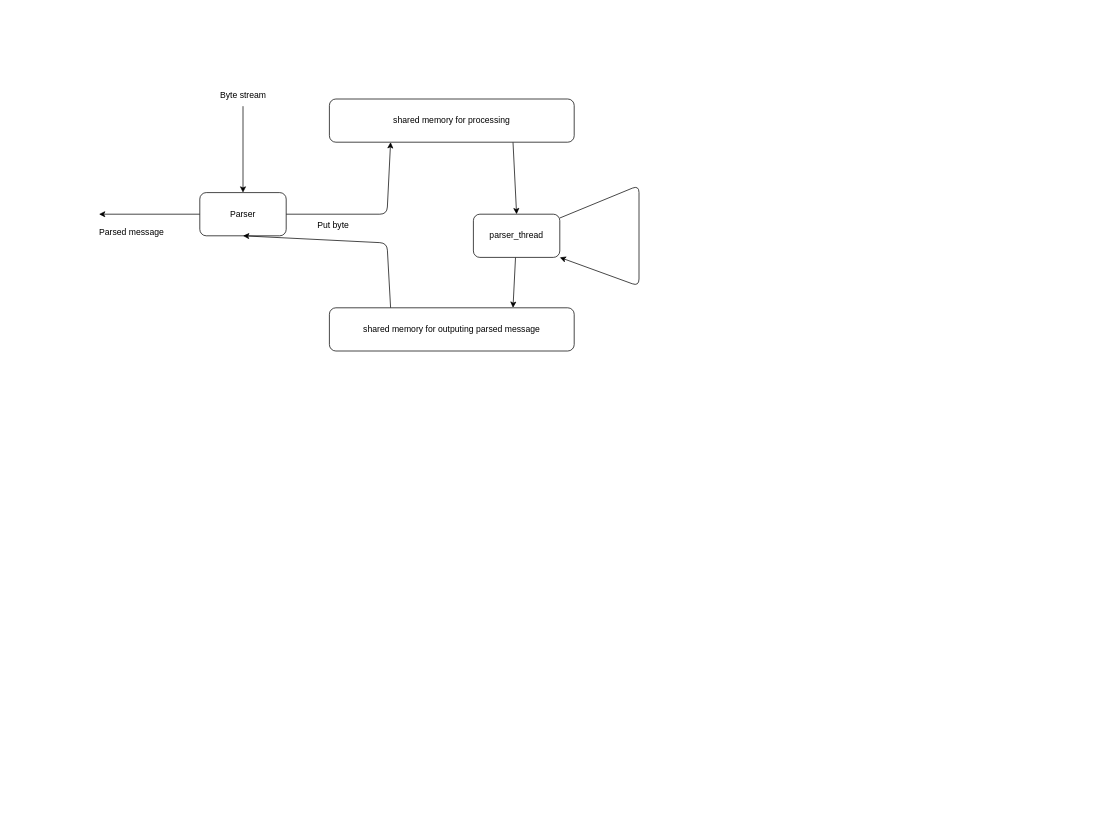
GalBrandwine/GDL90_c_parser keeps this draw.io diagram as page "Page-1" (1 of 2) of doc/design.drawio. Above is the earlier version. Source tidied: cells renumbered, new cells numbered last; positions are measured from the earlier drawing's top-left corner, leaving out a move shared by most shapes. Both pictures are drawn from the tidied source at 72%, with x=0, y=0 at pixel (91, 84).
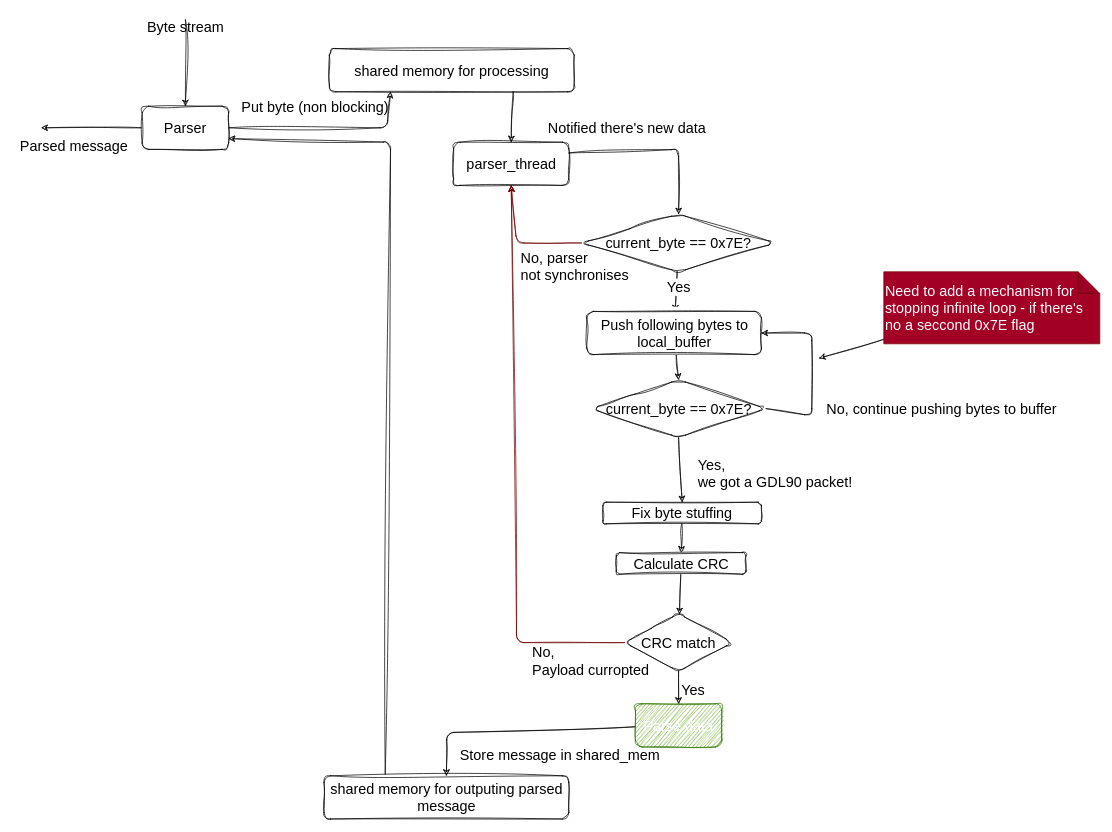
After the change.

The edit, as a diff of the source:
```diff
@@
-    <mxCell id="2" style="edgeStyle=none;html=1;exitX=0.75;exitY=1;exitDx=0;exitDy=0;entryX=0.5;entryY=0;entryDx=0;entryDy=0;" parent="1" edge="1" source="3" target="9">
+    <mxCell id="2" style="edgeStyle=none;html=1;exitX=0.75;exitY=1;exitDx=0;exitDy=0;entryX=0.5;entryY=0;entryDx=0;entryDy=0;shadow=0;sketch=1;curveFitting=1;jiggle=2;fontSize=20;" parent="1" edge="1" source="3" target="9">
       <mxGeometry relative="1" as="geometry" />
     </mxCell>
-    <mxCell id="3" value="shared memory for processing" style="rounded=1;whiteSpace=wrap;html=1;" parent="1" vertex="1">
-      <mxGeometry x="330" y="20" width="340" height="60" as="geometry" />
+    <mxCell id="3" value="shared memory for processing" style="rounded=1;whiteSpace=wrap;html=1;shadow=0;sketch=1;curveFitting=1;jiggle=2;fontSize=20;" parent="1" vertex="1">
+      <mxGeometry x="330" y="-50" width="340" height="60" as="geometry" />
     </mxCell>
-    <mxCell id="4" style="edgeStyle=none;html=1;entryX=0.25;entryY=1;entryDx=0;entryDy=0;" parent="1" edge="1" source="6" target="3">
+    <mxCell id="4" style="edgeStyle=none;html=1;entryX=0.25;entryY=1;entryDx=0;entryDy=0;shadow=0;sketch=1;curveFitting=1;jiggle=2;fontSize=20;" parent="1" edge="1" source="6" target="3">
       <mxGeometry relative="1" as="geometry">
         <Array as="points">
-          <mxPoint x="410" y="180" />
+          <mxPoint x="410" y="60" />
         </Array>
       </mxGeometry>
     </mxCell>
-    <mxCell id="5" style="edgeStyle=none;html=1;" parent="1" edge="1" source="6">
+    <mxCell id="5" style="edgeStyle=none;html=1;shadow=0;sketch=1;curveFitting=1;jiggle=2;fontSize=20;" parent="1" edge="1" source="6">
       <mxGeometry relative="1" as="geometry">
-        <mxPoint x="10" y="180" as="targetPoint" />
+        <mxPoint x="-70" y="60" as="targetPoint" />
       </mxGeometry>
     </mxCell>
-    <mxCell id="6" value="Parser" style="rounded=1;whiteSpace=wrap;html=1;" parent="1" vertex="1">
-      <mxGeometry x="150" y="150" width="120" height="60" as="geometry" />
+    <mxCell id="6" value="Parser" style="rounded=1;whiteSpace=wrap;html=1;shadow=0;sketch=1;curveFitting=1;jiggle=2;fontSize=20;" parent="1" vertex="1">
+      <mxGeometry x="70" y="30" width="120" height="60" as="geometry" />
     </mxCell>
-    <mxCell id="7" value="Put byte" style="text;html=1;align=center;verticalAlign=middle;strokeColor=none;fillColor=none;" parent="1" vertex="1">
-      <mxGeometry x="300" y="180" width="70" height="30" as="geometry" />
+    <mxCell id="7" value="Put byte (non blocking)" style="text;html=1;align=center;verticalAlign=middle;strokeColor=none;fillColor=none;shadow=0;sketch=1;curveFitting=1;jiggle=2;fontSize=20;" parent="1" vertex="1">
+      <mxGeometry x="195" y="10" width="230" height="40" as="geometry" />
     </mxCell>
-    <mxCell id="8" style="edgeStyle=none;html=1;entryX=0.75;entryY=0;entryDx=0;entryDy=0;" parent="1" edge="1" source="9" target="15">
-      <mxGeometry relative="1" as="geometry" />
-    </mxCell>
-    <mxCell id="9" value="parser_thread" style="rounded=1;whiteSpace=wrap;html=1;" parent="1" vertex="1">
-      <mxGeometry x="530" y="180" width="120" height="60" as="geometry" />
+    <mxCell id="9" value="parser_thread" style="rounded=1;whiteSpace=wrap;html=1;shadow=0;sketch=1;curveFitting=1;jiggle=2;fontSize=20;" parent="1" vertex="1">
+      <mxGeometry x="502.5" y="80" width="160" height="60" as="geometry" />
     </mxCell>
-    <mxCell id="10" style="endArrow=classic;html=1;entryX=0.5;entryY=0;entryDx=0;entryDy=0;" parent="1" edge="1" target="6">
+    <mxCell id="10" style="endArrow=classic;html=1;entryX=0.5;entryY=0;entryDx=0;entryDy=0;shadow=0;sketch=1;curveFitting=1;jiggle=2;fontSize=20;" parent="1" edge="1" target="6">
       <mxGeometry relative="1" as="geometry">
-        <mxPoint x="210" y="30" as="sourcePoint" />
+        <mxPoint x="130" y="-90" as="sourcePoint" />
       </mxGeometry>
     </mxCell>
-    <mxCell id="11" value="Byte stream" style="text;html=1;align=center;verticalAlign=middle;strokeColor=none;fillColor=none;" parent="1" vertex="1">
-      <mxGeometry x="165" width="90" height="30" as="geometry" />
+    <mxCell id="11" value="Byte stream" style="text;html=1;align=center;verticalAlign=middle;strokeColor=none;fillColor=none;shadow=0;sketch=1;curveFitting=1;jiggle=2;fontSize=20;" parent="1" vertex="1">
+      <mxGeometry x="65" y="-100" width="130" height="40" as="geometry" />
     </mxCell>
-    <mxCell id="12" value="Parsed message" style="text;html=1;align=center;verticalAlign=middle;strokeColor=none;fillColor=none;" parent="1" vertex="1">
-      <mxGeometry y="190" width="110" height="30" as="geometry" />
+    <mxCell id="12" value="Parsed message" style="text;html=1;align=center;verticalAlign=middle;strokeColor=none;fillColor=none;shadow=0;sketch=1;curveFitting=1;jiggle=2;fontSize=20;" parent="1" vertex="1">
+      <mxGeometry x="-110" y="65" width="170" height="40" as="geometry" />
     </mxCell>
-    <mxCell id="13" style="edgeStyle=none;html=1;entryX=1;entryY=1;entryDx=0;entryDy=0;" parent="1" edge="1" source="9" target="9">
+    <mxCell id="13" style="edgeStyle=none;html=1;entryX=0.5;entryY=0;entryDx=0;entryDy=0;shadow=0;sketch=1;curveFitting=1;jiggle=2;exitX=1;exitY=0.25;exitDx=0;exitDy=0;fontSize=20;" parent="1" edge="1" source="9" target="23">
       <mxGeometry relative="1" as="geometry">
         <Array as="points">
-          <mxPoint x="760" y="280" />
+          <mxPoint x="815" y="90" />
         </Array>
       </mxGeometry>
     </mxCell>
-    <mxCell id="14" style="edgeStyle=none;html=1;exitX=0.25;exitY=0;exitDx=0;exitDy=0;entryX=0.5;entryY=1;entryDx=0;entryDy=0;" parent="1" edge="1" source="15" target="6">
+    <mxCell id="14" style="edgeStyle=none;html=1;exitX=0.25;exitY=0;exitDx=0;exitDy=0;entryX=1;entryY=0.75;entryDx=0;entryDy=0;shadow=0;sketch=1;curveFitting=1;jiggle=2;fontSize=20;" parent="1" edge="1" source="15" target="6">
       <mxGeometry relative="1" as="geometry">
         <Array as="points">
-          <mxPoint x="410" y="220" />
+          <mxPoint x="415" y="80" />
         </Array>
       </mxGeometry>
     </mxCell>
-    <mxCell id="15" value="shared memory for outputing parsed message" style="rounded=1;whiteSpace=wrap;html=1;" parent="1" vertex="1">
-      <mxGeometry x="330" y="310" width="340" height="60" as="geometry" />
+    <mxCell id="15" value="shared memory for outputing parsed message" style="rounded=1;whiteSpace=wrap;html=1;shadow=0;sketch=1;curveFitting=1;jiggle=2;fontSize=20;" parent="1" vertex="1">
+      <mxGeometry x="322.5" y="960" width="340" height="60" as="geometry" />
     </mxCell>
+    <mxCell id="16" style="edgeStyle=none;html=1;shadow=0;sketch=1;curveFitting=1;jiggle=2;fontSize=20;" parent="1" edge="1" source="17" target="19">
+      <mxGeometry relative="1" as="geometry" />
+    </mxCell>
+    <mxCell id="17" value="Fix byte stuffing" style="rounded=1;whiteSpace=wrap;html=1;shadow=0;sketch=1;curveFitting=1;jiggle=2;fontSize=20;" parent="1" vertex="1">
+      <mxGeometry x="710" y="580" width="220" height="30" as="geometry" />
+    </mxCell>
+    <mxCell id="18" style="edgeStyle=none;sketch=1;html=1;shadow=0;fontSize=20;" parent="1" edge="1" source="19" target="37">
+      <mxGeometry relative="1" as="geometry" />
+    </mxCell>
+    <mxCell id="19" value="Calculate CRC" style="rounded=1;whiteSpace=wrap;html=1;shadow=0;sketch=1;curveFitting=1;jiggle=2;fontSize=20;" parent="1" vertex="1">
+      <mxGeometry x="728.5" y="650" width="180" height="30" as="geometry" />
+    </mxCell>
+    <mxCell id="20" style="edgeStyle=none;sketch=1;html=1;shadow=0;entryX=0.5;entryY=1;entryDx=0;entryDy=0;exitX=0;exitY=0.5;exitDx=0;exitDy=0;fillColor=#a20025;strokeColor=#6F0000;fontSize=20;" parent="1" edge="1" source="23" target="9">
+      <mxGeometry relative="1" as="geometry">
+        <Array as="points">
+          <mxPoint x="590" y="220" />
+        </Array>
+      </mxGeometry>
+    </mxCell>
+    <mxCell id="21" style="edgeStyle=none;sketch=1;html=1;shadow=0;fontSize=20;" parent="1" edge="1" source="23" target="26">
+      <mxGeometry relative="1" as="geometry" />
+    </mxCell>
+    <mxCell id="22" value="Yes" style="edgeLabel;html=1;align=center;verticalAlign=middle;fontSize=20;" parent="21" vertex="1">
+      <mxGeometry x="-0.25" y="3" relative="1" as="geometry" />
+    </mxCell>
+    <mxCell id="23" value="current_byte == 0x7E?" style="rhombus;whiteSpace=wrap;html=1;rounded=1;shadow=0;sketch=1;curveFitting=1;jiggle=2;fontSize=20;" parent="1" vertex="1">
+      <mxGeometry x="680" y="180" width="270" height="80" as="geometry" />
+    </mxCell>
+    <mxCell id="24" value="No, parser&lt;br style=&quot;font-size: 20px;&quot;&gt;not synchronises" style="text;html=1;align=left;verticalAlign=middle;strokeColor=none;fillColor=none;fontSize=20;" parent="1" vertex="1">
+      <mxGeometry x="594" y="222" width="170" height="60" as="geometry" />
+    </mxCell>
+    <mxCell id="25" style="edgeStyle=none;sketch=1;html=1;shadow=0;entryX=0.5;entryY=0;entryDx=0;entryDy=0;fontSize=20;" parent="1" edge="1" source="26" target="29">
+      <mxGeometry relative="1" as="geometry" />
+    </mxCell>
+    <mxCell id="26" value="Push following bytes to local_buffer" style="whiteSpace=wrap;html=1;rounded=1;shadow=0;sketch=1;curveFitting=1;jiggle=2;fontSize=20;" parent="1" vertex="1">
+      <mxGeometry x="687.5" y="315" width="242.5" height="60" as="geometry" />
+    </mxCell>
+    <mxCell id="27" style="edgeStyle=none;sketch=1;html=1;entryX=1;entryY=0.5;entryDx=0;entryDy=0;shadow=0;fontSize=20;exitX=1;exitY=0.5;exitDx=0;exitDy=0;" parent="1" edge="1" source="29" target="26">
+      <mxGeometry relative="1" as="geometry">
+        <Array as="points">
+          <mxPoint x="1000" y="460" />
+          <mxPoint x="1000" y="345" />
+        </Array>
+      </mxGeometry>
+    </mxCell>
+    <mxCell id="28" style="edgeStyle=none;sketch=1;html=1;entryX=0.5;entryY=0;entryDx=0;entryDy=0;shadow=0;fontSize=20;exitX=0.5;exitY=1;exitDx=0;exitDy=0;" parent="1" edge="1" source="29" target="17">
+      <mxGeometry relative="1" as="geometry" />
+    </mxCell>
+    <mxCell id="29" value="current_byte == 0x7E?" style="rhombus;whiteSpace=wrap;html=1;rounded=1;shadow=0;sketch=1;curveFitting=1;jiggle=2;fontSize=20;" parent="1" vertex="1">
+      <mxGeometry x="693.5" y="410" width="243" height="80" as="geometry" />
+    </mxCell>
+    <mxCell id="30" value="No, continue pushing bytes to buffer" style="text;html=1;align=center;verticalAlign=middle;strokeColor=none;fillColor=none;fontSize=20;" parent="1" vertex="1">
+      <mxGeometry x="1010" y="430" width="340" height="40" as="geometry" />
+    </mxCell>
+    <mxCell id="31" value="Notified there's new data" style="text;html=1;align=center;verticalAlign=middle;strokeColor=none;fillColor=none;fontSize=20;" parent="1" vertex="1">
+      <mxGeometry x="622.5" y="40" width="240" height="40" as="geometry" />
+    </mxCell>
+    <mxCell id="32" style="edgeStyle=none;sketch=1;html=1;shadow=0;fontSize=20;" parent="1" edge="1" source="33">
+      <mxGeometry relative="1" as="geometry">
+        <mxPoint x="1010" y="380" as="targetPoint" />
+      </mxGeometry>
+    </mxCell>
+    <mxCell id="33" value="Need to add a mechanism for stopping infinite loop - if there's no a seccond 0x7E flag" style="shape=note;whiteSpace=wrap;html=1;backgroundOutline=1;darkOpacity=0.05;rounded=1;shadow=0;fillColor=#a20025;fontColor=#ffffff;strokeColor=#6F0000;align=left;fontSize=20;" parent="1" vertex="1">
+      <mxGeometry x="1100" y="260" width="300" height="100" as="geometry" />
+    </mxCell>
+    <mxCell id="34" value="Yes,&lt;br style=&quot;font-size: 20px;&quot;&gt;we got a GDL90 packet!" style="text;html=1;align=left;verticalAlign=middle;strokeColor=none;fillColor=none;fontSize=20;" parent="1" vertex="1">
+      <mxGeometry x="840" y="510" width="240" height="60" as="geometry" />
+    </mxCell>
+    <mxCell id="35" style="edgeStyle=none;sketch=1;html=1;shadow=0;entryX=0.5;entryY=1;entryDx=0;entryDy=0;fillColor=#a20025;strokeColor=#6F0000;fontSize=20;" parent="1" edge="1" source="37" target="9">
+      <mxGeometry relative="1" as="geometry">
+        <Array as="points">
+          <mxPoint x="590" y="775" />
+        </Array>
+      </mxGeometry>
+    </mxCell>
+    <mxCell id="36" style="edgeStyle=none;sketch=1;html=1;shadow=0;fontSize=20;" parent="1" edge="1" source="37" target="40">
+      <mxGeometry relative="1" as="geometry" />
+    </mxCell>
+    <mxCell id="37" value="CRC match" style="rhombus;whiteSpace=wrap;html=1;rounded=1;shadow=0;sketch=1;curveFitting=1;jiggle=2;fontSize=20;" parent="1" vertex="1">
+      <mxGeometry x="740" y="735" width="150" height="80" as="geometry" />
+    </mxCell>
+    <mxCell id="38" value="No,&lt;br style=&quot;font-size: 20px;&quot;&gt;Payload curropted" style="text;html=1;align=left;verticalAlign=middle;strokeColor=none;fillColor=none;fontSize=20;" parent="1" vertex="1">
+      <mxGeometry x="610" y="770" width="190" height="60" as="geometry" />
+    </mxCell>
+    <mxCell id="39" style="edgeStyle=none;sketch=1;html=1;entryX=0.5;entryY=0;entryDx=0;entryDy=0;shadow=0;fontSize=20;" parent="1" edge="1" source="40" target="15">
+      <mxGeometry relative="1" as="geometry">
+        <Array as="points">
+          <mxPoint x="493" y="900" />
+        </Array>
+      </mxGeometry>
+    </mxCell>
+    <mxCell id="40" value="Parse data" style="whiteSpace=wrap;html=1;rounded=1;shadow=0;sketch=1;curveFitting=1;jiggle=2;fillColor=#60a917;fontColor=#ffffff;strokeColor=#2D7600;fontSize=20;" parent="1" vertex="1">
+      <mxGeometry x="755" y="860" width="120" height="60" as="geometry" />
+    </mxCell>
+    <mxCell id="41" value="&lt;font style=&quot;font-size: 20px;&quot;&gt;Store message in shared_mem&lt;/font&gt;" style="text;html=1;align=center;verticalAlign=middle;strokeColor=none;fillColor=none;fontSize=20;" parent="1" vertex="1">
+      <mxGeometry x="500" y="910" width="300" height="40" as="geometry" />
+    </mxCell>
+    <mxCell id="42" value="Yes" style="text;html=1;align=center;verticalAlign=middle;strokeColor=none;fillColor=none;fontSize=20;rounded=1;shadow=0;" parent="1" vertex="1">
+      <mxGeometry x="805" y="820" width="60" height="40" as="geometry" />
+    </mxCell>
```
